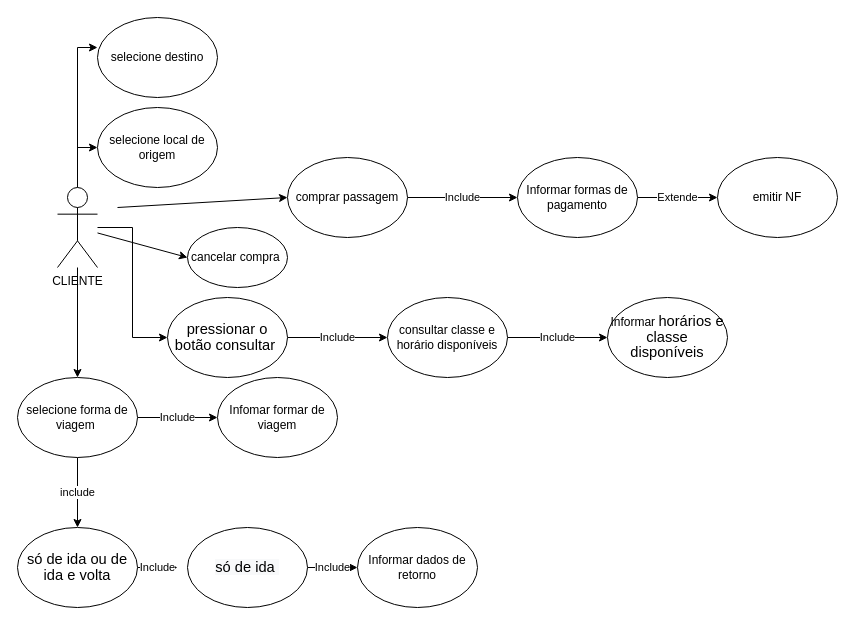
gs0844/biel123 keeps this draw.io diagram as Untitled Diagram.drawio. Above is the earlier version. Source tidied: cells renumbered, new cells numbered last; positions are measured from the earlier drawing's top-left corner, leaving out a move shared by most shapes. Both pictures are drawn from the tidied source at 100%, with x=0, y=0 at pixel (17, 17).
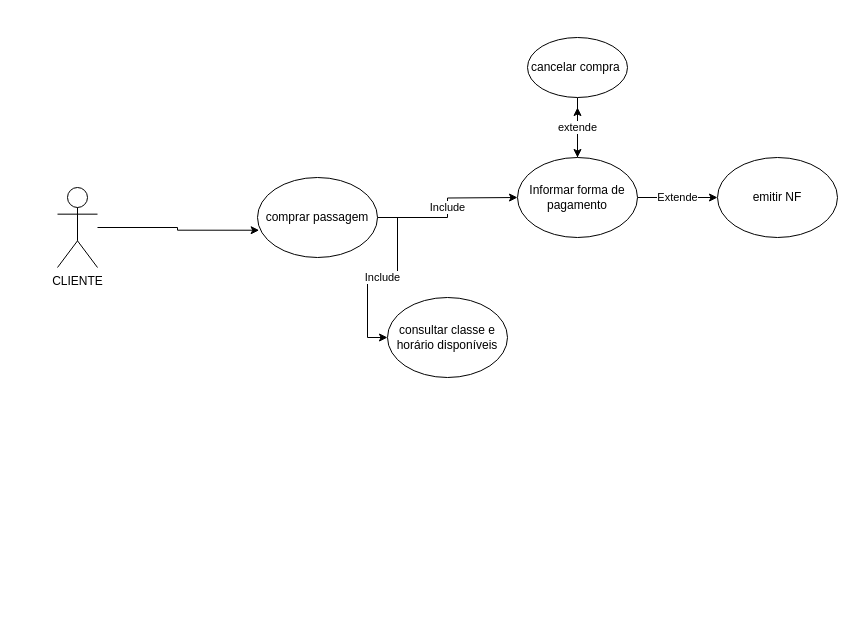
Above is the later version.

Unchanged cells that the change refers to:
```xml
<mxCell id="6" value="CLIENTE" style="shape=umlActor;verticalLabelPosition=bottom;verticalAlign=top;html=1;outlineConnect=0;" parent="1" vertex="1">
  <mxGeometry x="40" y="170" width="40" height="80" as="geometry" />
</mxCell>
<mxCell id="21" value="consultar classe e horário disponíveis" style="ellipse;whiteSpace=wrap;html=1;" parent="1" vertex="1">
  <mxGeometry x="370" y="280" width="120" height="80" as="geometry" />
</mxCell>
```

The edit, as a diff of the source:
```diff
@@
-    <mxCell id="2" style="edgeStyle=orthogonalEdgeStyle;rounded=0;jettySize=auto;html=1;entryX=0;entryY=0.5;entryDx=0;entryDy=0;" parent="1" edge="1" source="6" target="7">
-      <mxGeometry relative="1" as="geometry" />
-    </mxCell>
-    <mxCell id="3" style="edgeStyle=orthogonalEdgeStyle;rounded=0;jettySize=auto;html=1;entryX=0;entryY=0.375;entryDx=0;entryDy=0;entryPerimeter=0;" parent="1" edge="1" source="6" target="8">
-      <mxGeometry relative="1" as="geometry" />
-    </mxCell>
-    <mxCell id="4" style="edgeStyle=orthogonalEdgeStyle;rounded=0;jettySize=auto;html=1;entryX=0.5;entryY=0;entryDx=0;entryDy=0;" parent="1" edge="1" source="6" target="11">
-      <mxGeometry relative="1" as="geometry" />
-    </mxCell>
-    <mxCell id="5" style="edgeStyle=orthogonalEdgeStyle;rounded=0;jettySize=auto;html=1;entryX=0;entryY=0.5;entryDx=0;entryDy=0;" parent="1" edge="1" source="6" target="17">
-      <mxGeometry relative="1" as="geometry" />
-    </mxCell>
+    <mxCell id="31" style="edgeStyle=orthogonalEdgeStyle;rounded=0;jettySize=auto;html=1;entryX=0.014;entryY=0.659;entryDx=0;entryDy=0;entryPerimeter=0;" parent="1" edge="1" source="6" target="19">
+      <mxGeometry relative="1" as="geometry" />
+    </mxCell>
@@
-    <mxCell id="7" value="selecione local de origem" style="ellipse;whiteSpace=wrap;html=1;" parent="1" vertex="1">
-      <mxGeometry x="80" y="90" width="120" height="80" as="geometry" />
-    </mxCell>
-    <mxCell id="8" value="selecione destino" style="ellipse;whiteSpace=wrap;html=1;" parent="1" vertex="1">
-      <mxGeometry x="80" width="120" height="80" as="geometry" />
-    </mxCell>
-    <mxCell id="9" value="include" style="edgeStyle=orthogonalEdgeStyle;rounded=0;jettySize=auto;html=1;" parent="1" edge="1" source="11">
-      <mxGeometry relative="1" as="geometry">
-        <mxPoint x="60" y="510" as="targetPoint" />
-      </mxGeometry>
-    </mxCell>
-    <mxCell id="10" value="Include" style="edgeStyle=orthogonalEdgeStyle;rounded=0;jettySize=auto;html=1;entryX=0;entryY=0.5;entryDx=0;entryDy=0;" parent="1" edge="1" source="11" target="14">
-      <mxGeometry relative="1" as="geometry" />
-    </mxCell>
-    <mxCell id="11" value="selecione forma de viagem&amp;nbsp;" style="ellipse;whiteSpace=wrap;html=1;" parent="1" vertex="1">
-      <mxGeometry y="360" width="120" height="80" as="geometry" />
-    </mxCell>
-    <mxCell id="12" value="Include" style="edgeStyle=orthogonalEdgeStyle;rounded=0;jettySize=auto;html=1;" parent="1" edge="1" source="13">
-      <mxGeometry relative="1" as="geometry">
-        <mxPoint x="160" y="550" as="targetPoint" />
-      </mxGeometry>
-    </mxCell>
-    <mxCell id="13" value="&lt;span style=&quot;font-size: 11.0pt ; line-height: 107% ; font-family: &amp;#34;calibri&amp;#34; , sans-serif&quot;&gt;só de ida ou de ida e volta&lt;/span&gt;" style="ellipse;whiteSpace=wrap;html=1;" parent="1" vertex="1">
-      <mxGeometry y="510" width="120" height="80" as="geometry" />
-    </mxCell>
-    <mxCell id="14" value="Infomar formar de viagem" style="ellipse;whiteSpace=wrap;html=1;" parent="1" vertex="1">
-      <mxGeometry x="200" y="360" width="120" height="80" as="geometry" />
-    </mxCell>
-    <mxCell id="15" value="Informar dados de retorno" style="ellipse;whiteSpace=wrap;html=1;" parent="1" vertex="1">
-      <mxGeometry x="340" y="510" width="120" height="80" as="geometry" />
-    </mxCell>
-    <mxCell id="16" value="Include" style="edgeStyle=orthogonalEdgeStyle;rounded=0;jettySize=auto;html=1;entryX=0;entryY=0.5;entryDx=0;entryDy=0;" parent="1" edge="1" source="17" target="21">
+    <mxCell id="16" value="Include" style="edgeStyle=orthogonalEdgeStyle;rounded=0;jettySize=auto;html=1;entryX=0;entryY=0.5;entryDx=0;entryDy=0;" parent="1" edge="1" source="19" target="21">
       <mxGeometry relative="1" as="geometry" />
     </mxCell>
-    <mxCell id="17" value="&lt;span style=&quot;font-size: 11.0pt ; line-height: 107% ; font-family: &amp;#34;calibri&amp;#34; , sans-serif&quot;&gt;pressionar o botão consultar&amp;nbsp;&lt;/span&gt;" style="ellipse;whiteSpace=wrap;html=1;" parent="1" vertex="1">
-      <mxGeometry x="150" y="280" width="120" height="80" as="geometry" />
-    </mxCell>
@@
     <mxCell id="19" value="comprar passagem" style="ellipse;whiteSpace=wrap;html=1;" parent="1" vertex="1">
-      <mxGeometry x="270" y="140" width="120" height="80" as="geometry" />
+      <mxGeometry x="240" y="160" width="120" height="80" as="geometry" />
     </mxCell>
-    <mxCell id="20" value="Include" style="edgeStyle=orthogonalEdgeStyle;rounded=0;jettySize=auto;html=1;entryX=0;entryY=0.5;entryDx=0;entryDy=0;" parent="1" edge="1" source="21" target="22">
-      <mxGeometry relative="1" as="geometry" />
-    </mxCell>
@@
-    <mxCell id="22" value="Informar&amp;nbsp;&lt;span style=&quot;font-size: 11.0pt ; line-height: 107% ; font-family: &amp;#34;calibri&amp;#34; , sans-serif&quot;&gt;horários e classe disponíveis&lt;/span&gt;" style="ellipse;whiteSpace=wrap;html=1;" parent="1" vertex="1">
-      <mxGeometry x="590" y="280" width="120" height="80" as="geometry" />
-    </mxCell>
-    <mxCell id="23" style="endArrow=classic;html=1;rounded=0;entryX=0;entryY=0.5;entryDx=0;entryDy=0;" parent="1" edge="1" target="19">
-      <mxGeometry relative="1" as="geometry">
-        <mxPoint x="100" y="190" as="sourcePoint" />
-      </mxGeometry>
-    </mxCell>
@@
+    <mxCell id="32" style="edgeStyle=orthogonalEdgeStyle;rounded=0;jettySize=auto;html=1;" parent="1" edge="1" source="25">
+      <mxGeometry relative="1" as="geometry">
+        <mxPoint x="560" y="90" as="targetPoint" />
+      </mxGeometry>
+    </mxCell>
-    <mxCell id="25" value="Informar formas de pagamento" style="ellipse;whiteSpace=wrap;html=1;" parent="1" vertex="1">
+    <mxCell id="25" value="Informar forma de pagamento" style="ellipse;whiteSpace=wrap;html=1;" parent="1" vertex="1">
       <mxGeometry x="500" y="140" width="120" height="80" as="geometry" />
     </mxCell>
@@
+    <mxCell id="33" value="extende" style="edgeStyle=orthogonalEdgeStyle;rounded=0;jettySize=auto;html=1;" parent="1" edge="1" source="27" target="25">
+      <mxGeometry relative="1" as="geometry" />
+    </mxCell>
     <mxCell id="27" value="cancelar compra&amp;nbsp;" style="ellipse;whiteSpace=wrap;html=1;" parent="1" vertex="1">
-      <mxGeometry x="170" y="210" width="100" height="60" as="geometry" />
+      <mxGeometry x="510" y="20" width="100" height="60" as="geometry" />
     </mxCell>
-    <mxCell id="28" style="endArrow=classic;html=1;rounded=0;entryX=0;entryY=0.5;entryDx=0;entryDy=0;" parent="1" edge="1" source="6" target="27">
-      <mxGeometry relative="1" as="geometry" />
-    </mxCell>
-    <mxCell id="29" value="Include" style="edgeStyle=orthogonalEdgeStyle;rounded=0;jettySize=auto;html=1;entryX=0;entryY=0.5;entryDx=0;entryDy=0;" parent="1" edge="1" source="30" target="15">
-      <mxGeometry relative="1" as="geometry" />
-    </mxCell>
-    <mxCell id="30" value="&#10;&#10;&lt;span style=&quot;color: rgb(0, 0, 0); font-family: calibri, sans-serif; font-size: 14.6667px; font-style: normal; font-weight: 400; letter-spacing: normal; text-align: center; text-indent: 0px; text-transform: none; word-spacing: 0px; background-color: rgb(248, 249, 250); display: inline; float: none;&quot;&gt;só de ida&lt;span&gt;&amp;nbsp;&lt;/span&gt;&lt;/span&gt;&#10;&#10;" style="ellipse;whiteSpace=wrap;html=1;" parent="1" vertex="1">
-      <mxGeometry x="170" y="510" width="120" height="80" as="geometry" />
-    </mxCell>
```
